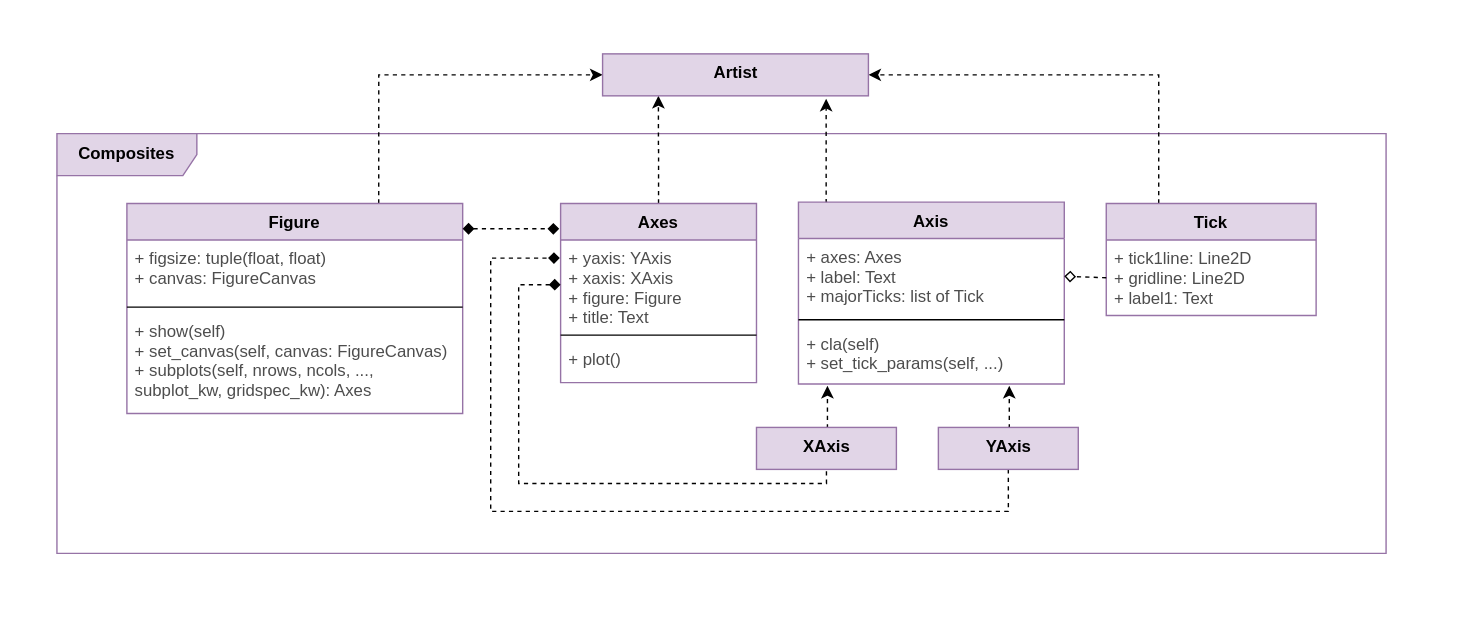
CSCD01/team_04-project keeps this draw.io diagram as deliverable/3/img/UML_Artist_Layer_Composite.svg. Above is the earlier version. Source tidied: cells renumbered, new cells last; positions are measured from the earlier drawing's top-left corner, leaving out a move shared by most shapes.
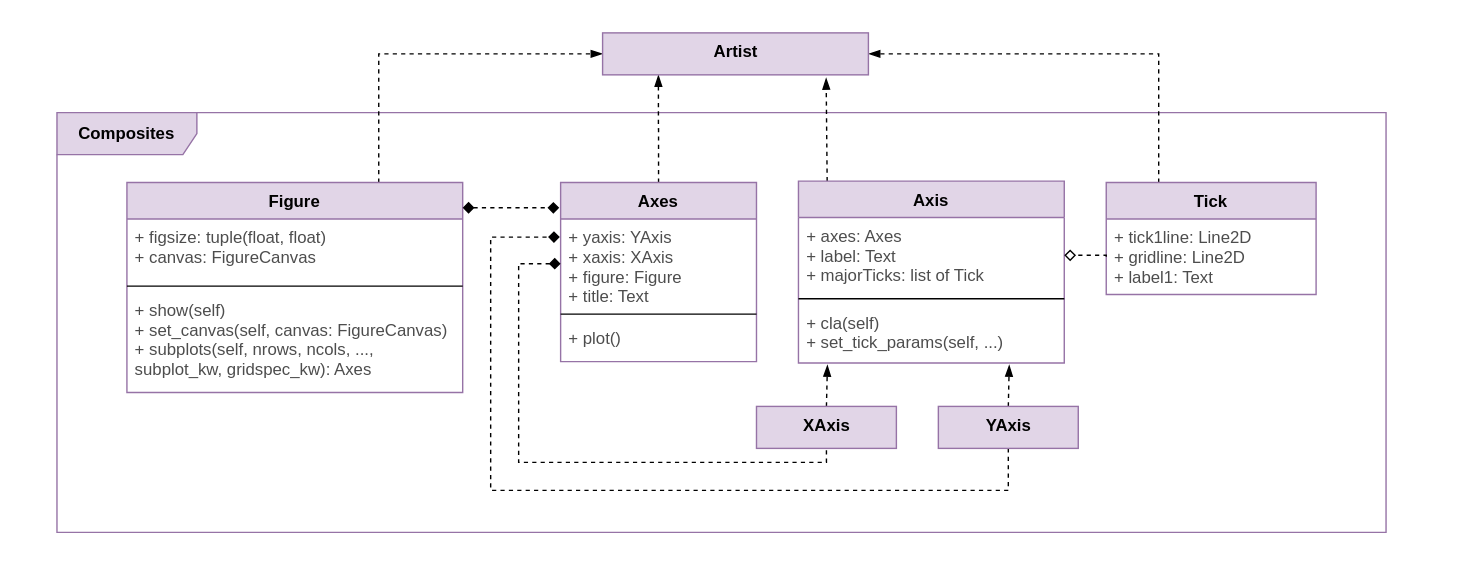
The same diagram one commit later.

The edit, as a diff of the source:
```diff
@@ -3,12 +3,12 @@
     <mxCell id="0" />
     <mxCell id="1" parent="0" />
     <mxCell id="2" style="html=1;strokeColor=#FFFFFF;fontFamily=Helvetica;" parent="1" vertex="1">
-      <mxGeometry width="1050" height="440" as="geometry" />
+      <mxGeometry y="15" width="1050" height="410" as="geometry" />
     </mxCell>
     <mxCell id="3" value="Composites" style="shape=umlFrame;whiteSpace=wrap;html=1;width=100;height=30;strokeColor=#9673a6;fillColor=#e1d5e7;fontStyle=1;fontFamily=Helvetica;" parent="1" vertex="1">
       <mxGeometry x="40" y="95" width="950" height="300" as="geometry" />
     </mxCell>
-    <mxCell id="4" style="edgeStyle=orthogonalEdgeStyle;rounded=0;jettySize=auto;html=1;exitX=0.108;exitY=0;exitDx=0;exitDy=0;entryX=0.841;entryY=1.071;entryDx=0;entryDy=0;entryPerimeter=0;dashed=1;exitPerimeter=0;fontFamily=Helvetica;" parent="1" edge="1" source="5" target="30">
+    <mxCell id="4" style="edgeStyle=orthogonalEdgeStyle;rounded=0;jettySize=auto;html=1;exitX=0.108;exitY=0;exitDx=0;exitDy=0;entryX=0.841;entryY=1.071;entryDx=0;entryDy=0;entryPerimeter=0;dashed=1;exitPerimeter=0;fontFamily=Helvetica;endArrow=blockThin;endFill=1;" parent="1" edge="1" source="5" target="30">
       <mxGeometry relative="1" as="geometry">
         <Array as="points">
           <mxPoint x="590" y="144" />
@@ -27,7 +27,7 @@
     <mxCell id="8" value="+ cla(self)&#10;+ set_tick_params(self, ...)" style="text;strokeColor=none;fillColor=none;align=left;verticalAlign=top;spacingLeft=4;spacingRight=4;overflow=hidden;points=[[0,0.5],[1,0.5]];portConstraint=eastwest;fontFamily=Helvetica;fontColor=#4D4D4D;" parent="5" vertex="1">
       <mxGeometry y="88" width="190" height="42" as="geometry" />
     </mxCell>
-    <mxCell id="9" style="edgeStyle=orthogonalEdgeStyle;rounded=0;jettySize=auto;html=1;exitX=0.5;exitY=0;exitDx=0;exitDy=0;entryX=0.109;entryY=1.031;entryDx=0;entryDy=0;entryPerimeter=0;dashed=1;fontFamily=Helvetica;" parent="1" edge="1" source="10" target="8">
+    <mxCell id="9" style="edgeStyle=orthogonalEdgeStyle;rounded=0;jettySize=auto;html=1;exitX=0.5;exitY=0;exitDx=0;exitDy=0;entryX=0.109;entryY=1.031;entryDx=0;entryDy=0;entryPerimeter=0;dashed=1;fontFamily=Helvetica;endArrow=blockThin;endFill=1;" parent="1" edge="1" source="10" target="8">
       <mxGeometry relative="1" as="geometry" />
     </mxCell>
     <mxCell id="10" value="XAxis" style="html=1;fontFamily=Helvetica;fillColor=#e1d5e7;strokeColor=#9673a6;fontStyle=1;verticalAlign=top;" parent="1" vertex="1">
@@ -42,13 +42,13 @@
         </Array>
       </mxGeometry>
     </mxCell>
-    <mxCell id="12" style="edgeStyle=orthogonalEdgeStyle;rounded=0;jettySize=auto;html=1;exitX=0.5;exitY=0;exitDx=0;exitDy=0;entryX=0.793;entryY=1.031;entryDx=0;entryDy=0;entryPerimeter=0;dashed=1;fontFamily=Helvetica;" parent="1" edge="1" source="13" target="8">
+    <mxCell id="12" style="edgeStyle=orthogonalEdgeStyle;rounded=0;jettySize=auto;html=1;exitX=0.5;exitY=0;exitDx=0;exitDy=0;entryX=0.793;entryY=1.031;entryDx=0;entryDy=0;entryPerimeter=0;dashed=1;fontFamily=Helvetica;endArrow=blockThin;endFill=1;" parent="1" edge="1" source="13" target="8">
       <mxGeometry relative="1" as="geometry" />
     </mxCell>
     <mxCell id="13" value="YAxis" style="html=1;fontFamily=Helvetica;fillColor=#e1d5e7;strokeColor=#9673a6;fontStyle=1;verticalAlign=top;" parent="1" vertex="1">
       <mxGeometry x="670" y="305" width="100" height="30" as="geometry" />
     </mxCell>
-    <mxCell id="14" style="edgeStyle=orthogonalEdgeStyle;rounded=0;jettySize=auto;html=1;exitX=0.5;exitY=0;exitDx=0;exitDy=0;entryX=0.21;entryY=1;entryDx=0;entryDy=0;entryPerimeter=0;dashed=1;fontFamily=Helvetica;" parent="1" edge="1" source="15" target="30">
+    <mxCell id="14" style="edgeStyle=orthogonalEdgeStyle;rounded=0;jettySize=auto;html=1;exitX=0.5;exitY=0;exitDx=0;exitDy=0;entryX=0.21;entryY=1;entryDx=0;entryDy=0;entryPerimeter=0;dashed=1;fontFamily=Helvetica;endArrow=blockThin;endFill=1;" parent="1" edge="1" source="15" target="30">
       <mxGeometry relative="1" as="geometry" />
     </mxCell>
     <mxCell id="15" value="Axes" style="swimlane;fontStyle=1;align=center;verticalAlign=top;horizontal=1;startSize=26;fontFamily=Helvetica;strokeColor=#9673a6;fillColor=#e1d5e7;" parent="1" vertex="1">
@@ -63,7 +63,7 @@
     <mxCell id="18" value="+ plot()&#10;" style="text;strokeColor=none;fillColor=none;align=left;verticalAlign=top;spacingLeft=4;spacingRight=4;overflow=hidden;fontFamily=Helvetica;fontColor=#4D4D4D;" parent="15" vertex="1">
       <mxGeometry y="98" width="140" height="30" as="geometry" />
     </mxCell>
-    <mxCell id="19" style="edgeStyle=orthogonalEdgeStyle;rounded=0;jettySize=auto;html=1;exitX=0.75;exitY=0;exitDx=0;exitDy=0;entryX=0;entryY=0.5;entryDx=0;entryDy=0;dashed=1;fontFamily=Helvetica;" parent="1" edge="1" source="20" target="30">
+    <mxCell id="19" style="edgeStyle=orthogonalEdgeStyle;rounded=0;jettySize=auto;html=1;exitX=0.75;exitY=0;exitDx=0;exitDy=0;entryX=0;entryY=0.5;entryDx=0;entryDy=0;dashed=1;fontFamily=Helvetica;endArrow=blockThin;endFill=1;" parent="1" edge="1" source="20" target="30">
       <mxGeometry relative="1" as="geometry" />
     </mxCell>
     <mxCell id="20" value="Figure" style="swimlane;fontStyle=1;align=center;verticalAlign=top;horizontal=1;startSize=26;strokeColor=#9673a6;fillColor=#e1d5e7;fontFamily=Helvetica;" parent="1" vertex="1">
@@ -78,7 +78,7 @@
     <mxCell id="23" value="+ show(self)&#10;+ set_canvas(self, canvas: FigureCanvas)&#10;+ subplots(self, nrows, ncols, ..., &#10;subplot_kw, gridspec_kw): Axes&#10;" style="text;strokeColor=none;fillColor=none;align=left;verticalAlign=top;spacingLeft=4;spacingRight=4;overflow=hidden;fontFamily=Helvetica;fontColor=#4D4D4D;" parent="20" vertex="1">
       <mxGeometry y="78" width="240" height="72" as="geometry" />
     </mxCell>
-    <mxCell id="24" style="edgeStyle=orthogonalEdgeStyle;rounded=0;jettySize=auto;html=1;exitX=0.25;exitY=0;exitDx=0;exitDy=0;entryX=1;entryY=0.5;entryDx=0;entryDy=0;dashed=1;fontFamily=Helvetica;" parent="1" edge="1" source="25" target="30">
+    <mxCell id="24" style="edgeStyle=orthogonalEdgeStyle;rounded=0;jettySize=auto;html=1;exitX=0.25;exitY=0;exitDx=0;exitDy=0;entryX=1;entryY=0.5;entryDx=0;entryDy=0;dashed=1;fontFamily=Helvetica;endArrow=blockThin;endFill=1;" parent="1" edge="1" source="25" target="30">
       <mxGeometry relative="1" as="geometry" />
     </mxCell>
     <mxCell id="25" value="Tick" style="swimlane;fontStyle=1;horizontal=1;startSize=26;fillColor=#e1d5e7;strokeColor=#9673a6;fontFamily=Helvetica;fontColor=#000000;verticalAlign=top;" parent="1" vertex="1">
```
